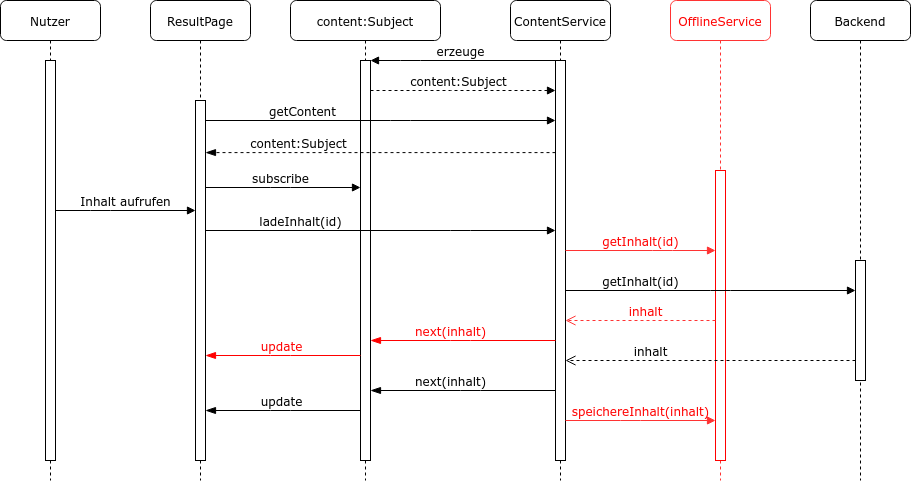
This is tex/bilder/diagramme/inhalt-sequenzdiagramm.png from schalterDev/Bachelor-Thesis, a draw.io export, as it was before one commit. Source tidied: cells renumbered, new cells last; positions are measured from the earlier drawing's top-left corner, leaving out a move shared by most shapes. The source it was exported from:
```xml
<mxGraphModel background="#ffffff">
  <root>
    <mxCell id="0" />
    <mxCell id="1" parent="0" />
    <mxCell id="2" value="&lt;font color=&quot;#FF0000&quot;&gt;OfflineService&lt;/font&gt;" style="shape=umlLifeline;perimeter=lifelinePerimeter;whiteSpace=wrap;html=1;rounded=1;shadow=0;comic=0;labelBackgroundColor=none;strokeWidth=1;fontFamily=Verdana;fontSize=12;align=center;strokeColor=#FF3333;" parent="1" vertex="1">
      <mxGeometry x="670" width="100" height="480" as="geometry" />
    </mxCell>
    <mxCell id="3" style="html=1;points=[];perimeter=orthogonalPerimeter;rounded=0;shadow=0;comic=0;labelBackgroundColor=none;strokeWidth=1;fontFamily=Verdana;fontSize=12;align=center;strokeColor=#FF0000;" parent="2" vertex="1">
      <mxGeometry x="45" y="170" width="10" height="290" as="geometry" />
    </mxCell>
    <mxCell id="4" value="ContentService" style="shape=umlLifeline;perimeter=lifelinePerimeter;whiteSpace=wrap;html=1;rounded=1;shadow=0;comic=0;labelBackgroundColor=none;strokeWidth=1;fontFamily=Verdana;fontSize=12;align=center;" parent="1" vertex="1">
      <mxGeometry x="510" width="100" height="480" as="geometry" />
    </mxCell>
    <mxCell id="5" style="html=1;points=[];perimeter=orthogonalPerimeter;rounded=0;shadow=0;comic=0;labelBackgroundColor=none;strokeWidth=1;fontFamily=Verdana;fontSize=12;align=center;" parent="4" vertex="1">
      <mxGeometry x="45" y="60" width="10" height="400" as="geometry" />
    </mxCell>
    <mxCell id="6" value="content:Subject" style="shape=umlLifeline;perimeter=lifelinePerimeter;whiteSpace=wrap;html=1;rounded=1;shadow=0;comic=0;labelBackgroundColor=none;strokeWidth=1;fontFamily=Verdana;fontSize=12;align=center;" parent="1" vertex="1">
      <mxGeometry x="290" width="150" height="480" as="geometry" />
    </mxCell>
    <mxCell id="7" style="html=1;points=[];perimeter=orthogonalPerimeter;rounded=0;shadow=0;comic=0;labelBackgroundColor=none;strokeWidth=1;fontFamily=Verdana;fontSize=12;align=center;" parent="6" vertex="1">
      <mxGeometry x="70" y="60" width="10" height="400" as="geometry" />
    </mxCell>
    <mxCell id="8" value="ResultPage" style="shape=umlLifeline;perimeter=lifelinePerimeter;whiteSpace=wrap;html=1;rounded=1;shadow=0;comic=0;labelBackgroundColor=none;strokeWidth=1;fontFamily=Verdana;fontSize=12;align=center;" parent="1" vertex="1">
      <mxGeometry x="150" width="100" height="480" as="geometry" />
    </mxCell>
    <mxCell id="9" style="html=1;points=[];perimeter=orthogonalPerimeter;rounded=0;shadow=0;comic=0;labelBackgroundColor=none;strokeWidth=1;fontFamily=Verdana;fontSize=12;align=center;" parent="8" vertex="1">
      <mxGeometry x="45" y="100" width="10" height="360" as="geometry" />
    </mxCell>
    <mxCell id="10" value="Backend" style="shape=umlLifeline;perimeter=lifelinePerimeter;whiteSpace=wrap;html=1;rounded=1;shadow=0;comic=0;labelBackgroundColor=none;strokeWidth=1;fontFamily=Verdana;fontSize=12;align=center;" parent="1" vertex="1">
      <mxGeometry x="810" width="100" height="480" as="geometry" />
    </mxCell>
    <mxCell id="11" style="html=1;points=[];perimeter=orthogonalPerimeter;rounded=0;shadow=0;comic=0;labelBackgroundColor=none;strokeWidth=1;fontFamily=Verdana;fontSize=12;align=center;" parent="10" vertex="1">
      <mxGeometry x="45" y="260" width="10" height="120" as="geometry" />
    </mxCell>
    <mxCell id="12" value="Nutzer" style="shape=umlLifeline;perimeter=lifelinePerimeter;whiteSpace=wrap;html=1;rounded=1;shadow=0;comic=0;labelBackgroundColor=none;strokeWidth=1;fontFamily=Verdana;fontSize=12;align=center;" parent="1" vertex="1">
      <mxGeometry width="100" height="480" as="geometry" />
    </mxCell>
    <mxCell id="13" style="html=1;points=[];perimeter=orthogonalPerimeter;rounded=0;shadow=0;comic=0;labelBackgroundColor=none;strokeWidth=1;fontFamily=Verdana;fontSize=12;align=center;" parent="12" vertex="1">
      <mxGeometry x="45" y="60" width="10" height="400" as="geometry" />
    </mxCell>
    <mxCell id="14" value="&lt;div&gt;getContent&lt;/div&gt;" style="html=1;verticalAlign=bottom;endArrow=block;labelBackgroundColor=none;fontFamily=Verdana;fontSize=12;edgeStyle=elbowEdgeStyle;elbow=vertical;" parent="1" edge="1" source="9" target="5">
      <mxGeometry x="0.47" y="-160" relative="1" as="geometry">
        <Array as="points">
          <mxPoint x="400" y="120" />
          <mxPoint x="420" y="191" />
          <mxPoint x="440" y="167" />
        </Array>
        <mxPoint x="-160" y="-160" as="offset" />
      </mxGeometry>
    </mxCell>
    <mxCell id="15" value="Inhalt aufrufen" style="html=1;verticalAlign=bottom;endArrow=block;labelBackgroundColor=none;fontFamily=Verdana;fontSize=12;edgeStyle=elbowEdgeStyle;elbow=vertical;" parent="1" edge="1" source="13" target="9">
      <mxGeometry relative="1" as="geometry">
        <Array as="points">
          <mxPoint x="100" y="210" />
        </Array>
      </mxGeometry>
    </mxCell>
    <mxCell id="16" value="ladeInhalt(id)" style="html=1;verticalAlign=bottom;endArrow=block;labelBackgroundColor=none;fontFamily=Verdana;fontSize=12;edgeStyle=elbowEdgeStyle;elbow=vertical;" parent="1" edge="1" source="9" target="5">
      <mxGeometry x="0.46" y="-160" relative="1" as="geometry">
        <Array as="points">
          <mxPoint x="460" y="230" />
          <mxPoint x="430" y="240" />
          <mxPoint x="440" y="237" />
        </Array>
        <mxPoint x="-160" y="-160" as="offset" />
      </mxGeometry>
    </mxCell>
    <mxCell id="17" value="&lt;font color=&quot;#FF0000&quot;&gt;next(inhalt)&lt;/font&gt;" style="html=1;verticalAlign=bottom;endArrow=blockThin;endSize=8;labelBackgroundColor=none;fontFamily=Verdana;fontSize=12;endFill=1;strokeColor=#FF0000;" parent="1" edge="1" source="5" target="7">
      <mxGeometry x="0.14" relative="1" as="geometry">
        <Array as="points">
          <mxPoint x="460" y="340" />
        </Array>
      </mxGeometry>
    </mxCell>
    <mxCell id="18" value="getInhalt(id)" style="html=1;verticalAlign=bottom;endArrow=block;labelBackgroundColor=none;fontFamily=Verdana;fontSize=12;edgeStyle=elbowEdgeStyle;elbow=vertical;" parent="1" edge="1" source="5" target="11">
      <mxGeometry x="0.07" y="-80" relative="1" as="geometry">
        <Array as="points">
          <mxPoint x="720" y="290" />
        </Array>
        <mxPoint x="-80" y="-80" as="offset" />
      </mxGeometry>
    </mxCell>
    <mxCell id="19" value="inhalt" style="html=1;verticalAlign=bottom;endArrow=open;dashed=1;endSize=8;labelBackgroundColor=none;fontFamily=Verdana;fontSize=12;" parent="1" edge="1" source="11" target="5">
      <mxGeometry x="0.41" relative="1" as="geometry">
        <Array as="points">
          <mxPoint x="730" y="360" />
        </Array>
      </mxGeometry>
    </mxCell>
    <mxCell id="20" value="&lt;font color=&quot;#FF0000&quot;&gt;getInhalt(id)&lt;/font&gt;" style="html=1;verticalAlign=bottom;endArrow=block;labelBackgroundColor=none;fontFamily=Verdana;fontSize=12;edgeStyle=elbowEdgeStyle;elbow=vertical;strokeColor=#FF3333;" parent="1" edge="1" target="3">
      <mxGeometry relative="1" as="geometry">
        <mxPoint x="565" y="250" as="sourcePoint" />
        <Array as="points">
          <mxPoint x="662" y="250" />
        </Array>
      </mxGeometry>
    </mxCell>
    <mxCell id="21" value="&lt;font color=&quot;#FF0000&quot;&gt;inhalt&lt;/font&gt;" style="html=1;verticalAlign=bottom;endArrow=open;dashed=1;endSize=8;labelBackgroundColor=none;fontFamily=Verdana;fontSize=12;strokeColor=#FF3333;" parent="1" edge="1" source="3" target="5">
      <mxGeometry x="-0.06" relative="1" as="geometry">
        <Array as="points">
          <mxPoint x="660" y="320" />
        </Array>
      </mxGeometry>
    </mxCell>
    <mxCell id="22" value="erzeuge" style="html=1;verticalAlign=bottom;endArrow=block;labelBackgroundColor=none;fontFamily=Verdana;fontSize=12;edgeStyle=elbowEdgeStyle;elbow=vertical;" parent="1" edge="1" source="5" target="7">
      <mxGeometry x="0.57" y="-50" relative="1" as="geometry">
        <Array as="points">
          <mxPoint x="410" y="60" />
          <mxPoint x="450" y="80" />
        </Array>
        <mxPoint x="50" y="50" as="offset" />
      </mxGeometry>
    </mxCell>
    <mxCell id="23" value="content:Subject" style="html=1;verticalAlign=bottom;endArrow=block;labelBackgroundColor=none;fontFamily=Verdana;fontSize=12;edgeStyle=elbowEdgeStyle;elbow=vertical;dashed=1;" parent="1" edge="1" source="7" target="5">
      <mxGeometry x="0.16" y="-20" relative="1" as="geometry">
        <Array as="points">
          <mxPoint x="460" y="90" />
          <mxPoint x="410" y="82" />
          <mxPoint x="370" y="110" />
          <mxPoint x="450" y="116" />
        </Array>
        <mxPoint x="-20" y="-20" as="offset" />
      </mxGeometry>
    </mxCell>
    <mxCell id="24" value="content:Subject" style="html=1;verticalAlign=bottom;endArrow=blockThin;endSize=8;labelBackgroundColor=none;fontFamily=Verdana;fontSize=12;endFill=1;entryX=1;entryY=0.182;entryDx=0;entryDy=0;entryPerimeter=0;dashed=1;" parent="1" edge="1">
      <mxGeometry x="0.47" relative="1" as="geometry">
        <mxPoint x="555" y="152.1" as="sourcePoint" />
        <mxPoint x="205" y="152.1" as="targetPoint" />
      </mxGeometry>
    </mxCell>
    <mxCell id="25" value="subscribe" style="html=1;verticalAlign=bottom;endArrow=block;labelBackgroundColor=none;fontFamily=Verdana;fontSize=12;edgeStyle=elbowEdgeStyle;elbow=vertical;" parent="1" edge="1" source="9" target="7">
      <mxGeometry x="-0.03" relative="1" as="geometry">
        <Array as="points">
          <mxPoint x="280" y="187" />
          <mxPoint x="430" y="201" />
          <mxPoint x="450" y="177" />
        </Array>
      </mxGeometry>
    </mxCell>
    <mxCell id="26" value="&lt;font color=&quot;#FF0000&quot;&gt;update&lt;/font&gt;" style="html=1;verticalAlign=bottom;endArrow=blockThin;endSize=8;labelBackgroundColor=none;fontFamily=Verdana;fontSize=12;endFill=1;strokeColor=#FF0000;" parent="1" edge="1" source="7" target="9">
      <mxGeometry x="0.02" relative="1" as="geometry">
        <Array as="points">
          <mxPoint x="280" y="355" />
        </Array>
      </mxGeometry>
    </mxCell>
    <mxCell id="27" value="next(inhalt)" style="html=1;verticalAlign=bottom;endArrow=blockThin;endSize=8;labelBackgroundColor=none;fontFamily=Verdana;fontSize=12;endFill=1;" parent="1" edge="1" source="5" target="7">
      <mxGeometry x="0.14" relative="1" as="geometry">
        <Array as="points">
          <mxPoint x="470" y="390" />
        </Array>
      </mxGeometry>
    </mxCell>
    <mxCell id="28" value="update" style="html=1;verticalAlign=bottom;endArrow=blockThin;endSize=8;labelBackgroundColor=none;fontFamily=Verdana;fontSize=12;endFill=1;" parent="1" edge="1" source="7" target="9">
      <mxGeometry x="0.02" relative="1" as="geometry">
        <Array as="points">
          <mxPoint x="280" y="410" />
        </Array>
      </mxGeometry>
    </mxCell>
    <mxCell id="29" value="&lt;font color=&quot;#FF0000&quot;&gt;speichereInhalt(inhalt)&lt;/font&gt;" style="html=1;verticalAlign=bottom;endArrow=block;labelBackgroundColor=none;fontFamily=Verdana;fontSize=12;edgeStyle=elbowEdgeStyle;elbow=vertical;strokeColor=#FF3333;" parent="1" edge="1" source="5" target="3">
      <mxGeometry relative="1" as="geometry">
        <Array as="points">
          <mxPoint x="630" y="420" />
          <mxPoint x="680" y="420" />
        </Array>
      </mxGeometry>
    </mxCell>
  </root>
</mxGraphModel>
```
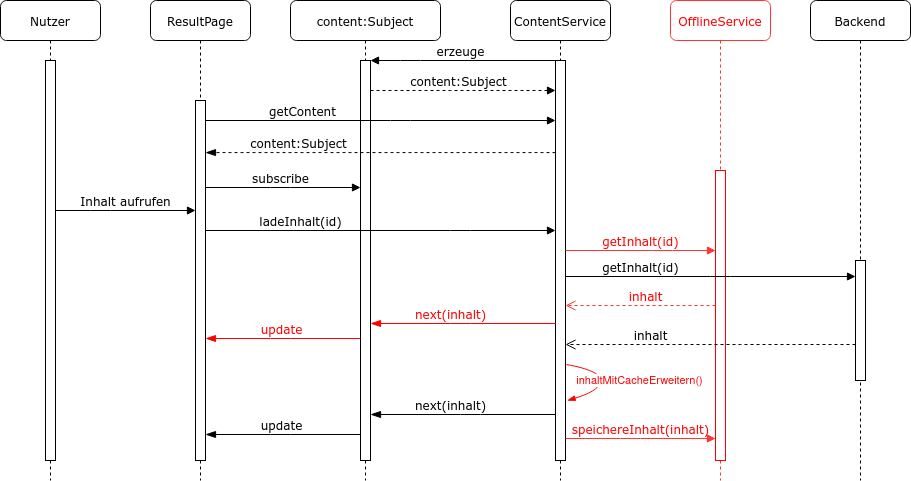
Above is the later version.

Commit message:
aktualisiertes sequenzdiagramm und fetch api ergänzung

What changed in the source:
```diff
@@ -14,6 +14,19 @@
     <mxCell id="5" style="html=1;points=[];perimeter=orthogonalPerimeter;rounded=0;shadow=0;comic=0;labelBackgroundColor=none;strokeWidth=1;fontFamily=Verdana;fontSize=12;align=center;" parent="4" vertex="1">
       <mxGeometry x="45" y="60" width="10" height="400" as="geometry" />
     </mxCell>
+    <mxCell id="30" style="curved=1;endArrow=none;html=1;startArrow=blockThin;startFill=1;endFill=0;entryX=1.083;entryY=0.76;entryDx=0;entryDy=0;entryPerimeter=0;exitX=1.167;exitY=0.85;exitDx=0;exitDy=0;exitPerimeter=0;fontColor=#FF0000;strokeColor=#FF0000;" parent="4" edge="1" source="5" target="5">
+      <mxGeometry relative="1" as="geometry">
+        <Array as="points">
+          <mxPoint x="90" y="390" />
+          <mxPoint x="90" y="370" />
+        </Array>
+      </mxGeometry>
+    </mxCell>
+    <mxCell id="31" value="inhaltMitCacheErweitern()" style="edgeLabel;html=1;align=center;verticalAlign=middle;fontColor=#FF0000;" parent="30" vertex="1">
+      <mxGeometry x="0.09" y="2" relative="1" as="geometry">
+        <mxPoint x="41" y="4.2" as="offset" />
+      </mxGeometry>
+    </mxCell>
     <mxCell id="6" value="content:Subject" style="shape=umlLifeline;perimeter=lifelinePerimeter;whiteSpace=wrap;html=1;rounded=1;shadow=0;comic=0;labelBackgroundColor=none;strokeWidth=1;fontFamily=Verdana;fontSize=12;align=center;" parent="1" vertex="1">
       <mxGeometry x="290" width="150" height="480" as="geometry" />
     </mxCell>
@@ -65,25 +78,31 @@
         <mxPoint x="-160" y="-160" as="offset" />
       </mxGeometry>
     </mxCell>
-    <mxCell id="17" value="&lt;font color=&quot;#FF0000&quot;&gt;next(inhalt)&lt;/font&gt;" style="html=1;verticalAlign=bottom;endArrow=blockThin;endSize=8;labelBackgroundColor=none;fontFamily=Verdana;fontSize=12;endFill=1;strokeColor=#FF0000;" parent="1" edge="1" source="5" target="7">
+    <mxCell id="17" value="&lt;font color=&quot;#FF0000&quot;&gt;next(inhalt)&lt;/font&gt;" style="html=1;verticalAlign=bottom;endArrow=blockThin;endSize=8;labelBackgroundColor=none;fontFamily=Verdana;fontSize=12;endFill=1;strokeColor=#FF0000;" parent="1" edge="1">
       <mxGeometry x="0.14" relative="1" as="geometry">
+        <mxPoint x="555" y="323" as="sourcePoint" />
+        <mxPoint x="370" y="323" as="targetPoint" />
         <Array as="points">
-          <mxPoint x="460" y="340" />
+          <mxPoint x="460" y="323" />
         </Array>
       </mxGeometry>
     </mxCell>
-    <mxCell id="18" value="getInhalt(id)" style="html=1;verticalAlign=bottom;endArrow=block;labelBackgroundColor=none;fontFamily=Verdana;fontSize=12;edgeStyle=elbowEdgeStyle;elbow=vertical;" parent="1" edge="1" source="5" target="11">
+    <mxCell id="18" value="getInhalt(id)" style="html=1;verticalAlign=bottom;endArrow=block;labelBackgroundColor=none;fontFamily=Verdana;fontSize=12;edgeStyle=elbowEdgeStyle;elbow=vertical;" parent="1" edge="1">
       <mxGeometry x="0.07" y="-80" relative="1" as="geometry">
+        <mxPoint x="565" y="276" as="sourcePoint" />
+        <mxPoint x="855" y="276" as="targetPoint" />
         <Array as="points">
-          <mxPoint x="720" y="290" />
+          <mxPoint x="720" y="276" />
         </Array>
         <mxPoint x="-80" y="-80" as="offset" />
       </mxGeometry>
     </mxCell>
-    <mxCell id="19" value="inhalt" style="html=1;verticalAlign=bottom;endArrow=open;dashed=1;endSize=8;labelBackgroundColor=none;fontFamily=Verdana;fontSize=12;" parent="1" edge="1" source="11" target="5">
+    <mxCell id="19" value="inhalt" style="html=1;verticalAlign=bottom;endArrow=open;dashed=1;endSize=8;labelBackgroundColor=none;fontFamily=Verdana;fontSize=12;" parent="1" edge="1">
       <mxGeometry x="0.41" relative="1" as="geometry">
+        <mxPoint x="855" y="344" as="sourcePoint" />
+        <mxPoint x="565" y="344" as="targetPoint" />
         <Array as="points">
-          <mxPoint x="730" y="360" />
+          <mxPoint x="730" y="344" />
         </Array>
       </mxGeometry>
     </mxCell>
@@ -95,10 +114,12 @@
         </Array>
       </mxGeometry>
     </mxCell>
-    <mxCell id="21" value="&lt;font color=&quot;#FF0000&quot;&gt;inhalt&lt;/font&gt;" style="html=1;verticalAlign=bottom;endArrow=open;dashed=1;endSize=8;labelBackgroundColor=none;fontFamily=Verdana;fontSize=12;strokeColor=#FF3333;" parent="1" edge="1" source="3" target="5">
+    <mxCell id="21" value="&lt;font color=&quot;#FF0000&quot;&gt;inhalt&lt;/font&gt;" style="html=1;verticalAlign=bottom;endArrow=open;dashed=1;endSize=8;labelBackgroundColor=none;fontFamily=Verdana;fontSize=12;strokeColor=#FF3333;" parent="1" edge="1">
       <mxGeometry x="-0.06" relative="1" as="geometry">
+        <mxPoint x="715" y="305" as="sourcePoint" />
+        <mxPoint x="565" y="305" as="targetPoint" />
         <Array as="points">
-          <mxPoint x="660" y="320" />
+          <mxPoint x="660" y="305" />
         </Array>
       </mxGeometry>
     </mxCell>
@@ -137,32 +158,40 @@
         </Array>
       </mxGeometry>
     </mxCell>
-    <mxCell id="26" value="&lt;font color=&quot;#FF0000&quot;&gt;update&lt;/font&gt;" style="html=1;verticalAlign=bottom;endArrow=blockThin;endSize=8;labelBackgroundColor=none;fontFamily=Verdana;fontSize=12;endFill=1;strokeColor=#FF0000;" parent="1" edge="1" source="7" target="9">
+    <mxCell id="26" value="&lt;font color=&quot;#FF0000&quot;&gt;update&lt;/font&gt;" style="html=1;verticalAlign=bottom;endArrow=blockThin;endSize=8;labelBackgroundColor=none;fontFamily=Verdana;fontSize=12;endFill=1;strokeColor=#FF0000;" parent="1" edge="1">
       <mxGeometry x="0.02" relative="1" as="geometry">
+        <mxPoint x="360" y="338" as="sourcePoint" />
+        <mxPoint x="205" y="338" as="targetPoint" />
         <Array as="points">
-          <mxPoint x="280" y="355" />
+          <mxPoint x="280" y="338" />
         </Array>
       </mxGeometry>
     </mxCell>
-    <mxCell id="27" value="next(inhalt)" style="html=1;verticalAlign=bottom;endArrow=blockThin;endSize=8;labelBackgroundColor=none;fontFamily=Verdana;fontSize=12;endFill=1;" parent="1" edge="1" source="5" target="7">
+    <mxCell id="27" value="next(inhalt)" style="html=1;verticalAlign=bottom;endArrow=blockThin;endSize=8;labelBackgroundColor=none;fontFamily=Verdana;fontSize=12;endFill=1;" parent="1" edge="1">
       <mxGeometry x="0.14" relative="1" as="geometry">
+        <mxPoint x="555" y="414" as="sourcePoint" />
+        <mxPoint x="370" y="414" as="targetPoint" />
         <Array as="points">
-          <mxPoint x="470" y="390" />
+          <mxPoint x="470" y="414" />
         </Array>
       </mxGeometry>
     </mxCell>
-    <mxCell id="28" value="update" style="html=1;verticalAlign=bottom;endArrow=blockThin;endSize=8;labelBackgroundColor=none;fontFamily=Verdana;fontSize=12;endFill=1;" parent="1" edge="1" source="7" target="9">
+    <mxCell id="28" value="update" style="html=1;verticalAlign=bottom;endArrow=blockThin;endSize=8;labelBackgroundColor=none;fontFamily=Verdana;fontSize=12;endFill=1;" parent="1" edge="1">
       <mxGeometry x="0.02" relative="1" as="geometry">
+        <mxPoint x="360" y="434" as="sourcePoint" />
+        <mxPoint x="205" y="434" as="targetPoint" />
         <Array as="points">
-          <mxPoint x="280" y="410" />
+          <mxPoint x="280" y="434" />
         </Array>
       </mxGeometry>
     </mxCell>
-    <mxCell id="29" value="&lt;font color=&quot;#FF0000&quot;&gt;speichereInhalt(inhalt)&lt;/font&gt;" style="html=1;verticalAlign=bottom;endArrow=block;labelBackgroundColor=none;fontFamily=Verdana;fontSize=12;edgeStyle=elbowEdgeStyle;elbow=vertical;strokeColor=#FF3333;" parent="1" edge="1" source="5" target="3">
+    <mxCell id="29" value="&lt;font color=&quot;#FF0000&quot;&gt;speichereInhalt(inhalt)&lt;/font&gt;" style="html=1;verticalAlign=bottom;endArrow=block;labelBackgroundColor=none;fontFamily=Verdana;fontSize=12;edgeStyle=elbowEdgeStyle;elbow=vertical;strokeColor=#FF3333;" parent="1" edge="1">
       <mxGeometry relative="1" as="geometry">
+        <mxPoint x="565" y="438" as="sourcePoint" />
+        <mxPoint x="715" y="438" as="targetPoint" />
         <Array as="points">
-          <mxPoint x="630" y="420" />
-          <mxPoint x="680" y="420" />
+          <mxPoint x="630" y="438" />
+          <mxPoint x="680" y="438" />
         </Array>
       </mxGeometry>
     </mxCell>
```
